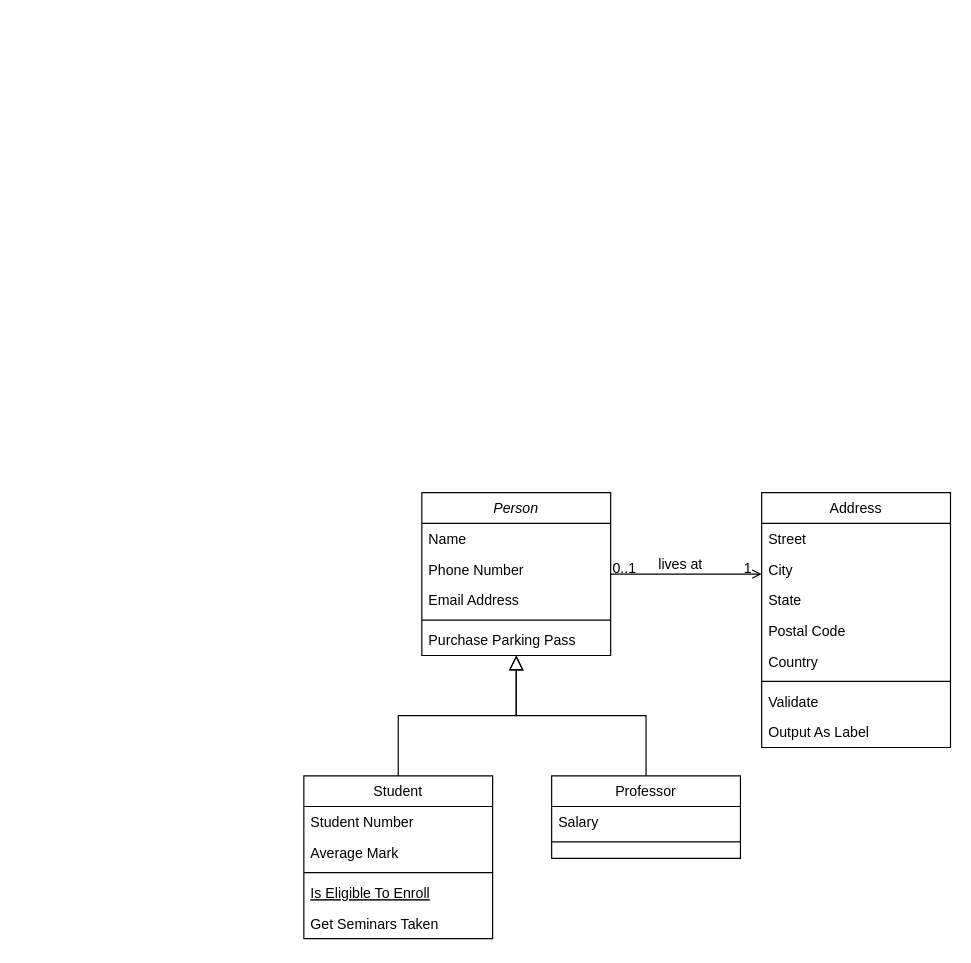
aktomer06/Draw.io keeps this draw.io diagram as DesignParkingLot.drawio. Above is the earlier version. Source tidied: cells renumbered, new cells numbered last; positions are measured from the earlier drawing's top-left corner, leaving out a move shared by most shapes. Both pictures are drawn from the tidied source at 118%, with x=0, y=0 at pixel (303, 492).
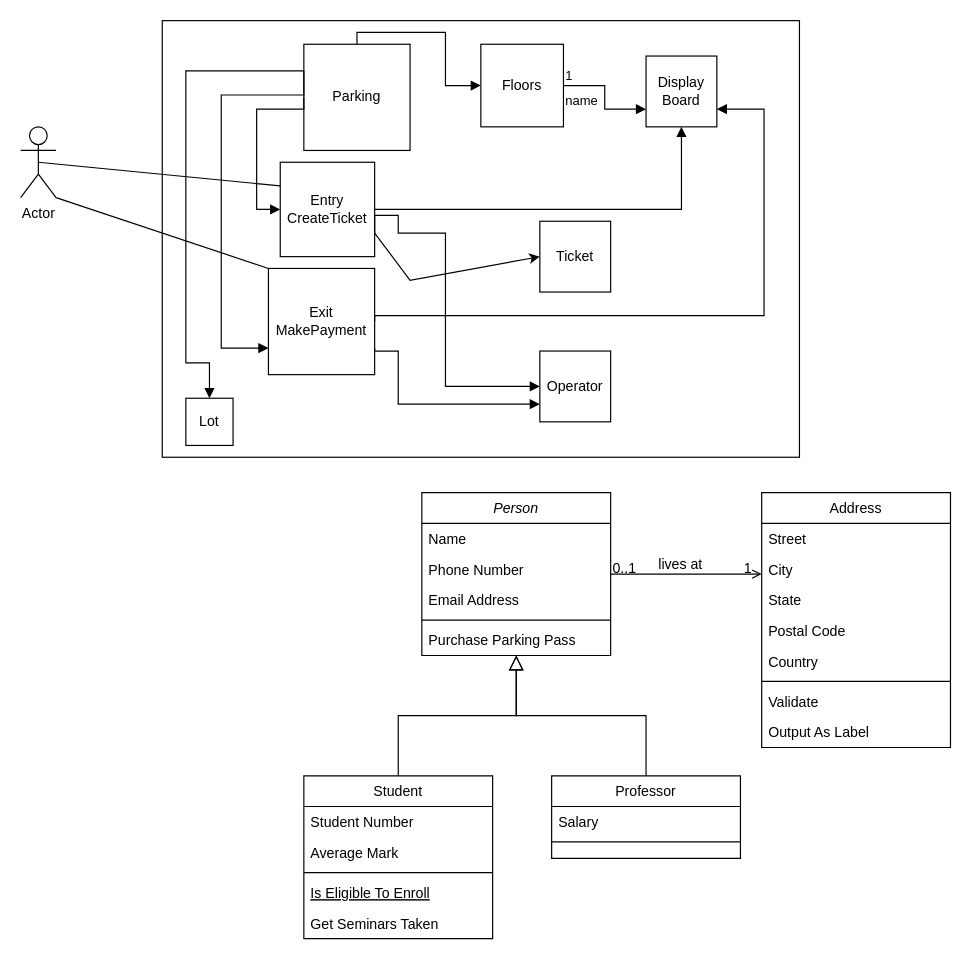
The same diagram, later.

Diff of the diagram source:
```diff
@@
+    <mxCell id="32" style="rounded=0;whiteSpace=wrap;html=1;" parent="1" vertex="1">
+      <mxGeometry x="-120" y="-400" width="540" height="370" as="geometry" />
+    </mxCell>
+    <mxCell id="33" value="Entry&lt;div&gt;CreateTicket&lt;/div&gt;" style="whiteSpace=wrap;html=1;" parent="1" vertex="1">
+      <mxGeometry x="-20" y="-280" width="80" height="80" as="geometry" />
+    </mxCell>
+    <mxCell id="34" value="Exit&lt;div&gt;MakePayment&lt;/div&gt;" style="whiteSpace=wrap;html=1;" parent="1" vertex="1">
+      <mxGeometry x="-30" y="-190" width="90" height="90" as="geometry" />
+    </mxCell>
+    <mxCell id="35" value="Floors" style="whiteSpace=wrap;html=1;" parent="1" vertex="1">
+      <mxGeometry x="150" y="-380" width="70" height="70" as="geometry" />
+    </mxCell>
+    <mxCell id="36" value="Operator" style="whiteSpace=wrap;html=1;" parent="1" vertex="1">
+      <mxGeometry x="200" y="-120" width="60" height="60" as="geometry" />
+    </mxCell>
+    <mxCell id="37" value="Display Board" style="whiteSpace=wrap;html=1;" parent="1" vertex="1">
+      <mxGeometry x="290" y="-370" width="60" height="60" as="geometry" />
+    </mxCell>
+    <mxCell id="38" value="Parking" style="whiteSpace=wrap;html=1;" parent="1" vertex="1">
+      <mxGeometry y="-380" width="90" height="90" as="geometry" />
+    </mxCell>
+    <mxCell id="39" style="endArrow=block;endFill=1;html=1;edgeStyle=orthogonalEdgeStyle;align=left;verticalAlign=top;rounded=0;exitX=0.5;exitY=0;exitDx=0;exitDy=0;entryX=0;entryY=0.5;entryDx=0;entryDy=0;" parent="1" edge="1" source="38" target="35">
+      <mxGeometry x="-1" relative="1" as="geometry" />
+    </mxCell>
+    <mxCell id="40" style="endArrow=block;endFill=1;html=1;edgeStyle=orthogonalEdgeStyle;align=left;verticalAlign=top;rounded=0;exitX=0;exitY=0.5;exitDx=0;exitDy=0;entryX=0;entryY=0.5;entryDx=0;entryDy=0;" parent="1" edge="1" source="38" target="33">
+      <mxGeometry x="-1" relative="1" as="geometry">
+        <Array as="points">
+          <mxPoint y="-325" />
+          <mxPoint x="-40" y="-325" />
+          <mxPoint x="-40" y="-240" />
+        </Array>
+      </mxGeometry>
+    </mxCell>
+    <mxCell id="41" style="endArrow=block;endFill=1;html=1;edgeStyle=orthogonalEdgeStyle;align=left;verticalAlign=top;rounded=0;exitX=0;exitY=0.25;exitDx=0;exitDy=0;entryX=0;entryY=0.75;entryDx=0;entryDy=0;" parent="1" edge="1" source="38" target="34">
+      <mxGeometry x="-1" relative="1" as="geometry">
+        <Array as="points">
+          <mxPoint y="-337" />
+          <mxPoint x="-70" y="-337" />
+          <mxPoint x="-70" y="-122" />
+        </Array>
+      </mxGeometry>
+    </mxCell>
+    <mxCell id="42" value="Lot" style="whiteSpace=wrap;html=1;" parent="1" vertex="1">
+      <mxGeometry x="-100" y="-80" width="40" height="40" as="geometry" />
+    </mxCell>
+    <mxCell id="43" style="endArrow=block;endFill=1;html=1;edgeStyle=orthogonalEdgeStyle;align=left;verticalAlign=top;rounded=0;exitX=0;exitY=0.25;exitDx=0;exitDy=0;entryX=0.5;entryY=0;entryDx=0;entryDy=0;" parent="1" edge="1" source="38" target="42">
+      <mxGeometry x="-1" relative="1" as="geometry">
+        <Array as="points">
+          <mxPoint x="-100" y="-357" />
+          <mxPoint x="-100" y="-110" />
+          <mxPoint x="-80" y="-110" />
+        </Array>
+      </mxGeometry>
+    </mxCell>
+    <mxCell id="44" value="name" style="endArrow=block;endFill=1;html=1;edgeStyle=orthogonalEdgeStyle;align=left;verticalAlign=top;rounded=0;exitX=1;exitY=0.5;exitDx=0;exitDy=0;entryX=0;entryY=0.75;entryDx=0;entryDy=0;" parent="1" edge="1" source="35" target="37">
+      <mxGeometry x="-1" relative="1" as="geometry" />
+    </mxCell>
+    <mxCell id="45" value="1" style="edgeLabel;html=1;align=left;verticalAlign=bottom;" parent="44" vertex="1">
+      <mxGeometry x="-1" relative="1" as="geometry" />
+    </mxCell>
+    <mxCell id="46" style="endArrow=block;endFill=1;html=1;edgeStyle=orthogonalEdgeStyle;align=left;verticalAlign=top;rounded=0;exitX=1;exitY=0.5;exitDx=0;exitDy=0;entryX=0.5;entryY=1;entryDx=0;entryDy=0;" parent="1" edge="1" source="33" target="37">
+      <mxGeometry x="-1" relative="1" as="geometry">
+        <Array as="points">
+          <mxPoint x="320" y="-240" />
+        </Array>
+      </mxGeometry>
+    </mxCell>
+    <mxCell id="47" style="endArrow=block;endFill=1;html=1;edgeStyle=orthogonalEdgeStyle;align=left;verticalAlign=top;rounded=0;exitX=1;exitY=0.5;exitDx=0;exitDy=0;entryX=1;entryY=0.75;entryDx=0;entryDy=0;" parent="1" edge="1" source="34" target="37">
+      <mxGeometry x="-1" relative="1" as="geometry">
+        <Array as="points">
+          <mxPoint x="60" y="-150" />
+          <mxPoint x="390" y="-150" />
+          <mxPoint x="390" y="-325" />
+        </Array>
+      </mxGeometry>
+    </mxCell>
+    <mxCell id="48" style="endArrow=block;endFill=1;html=1;edgeStyle=orthogonalEdgeStyle;align=left;verticalAlign=top;rounded=0;exitX=1;exitY=0.75;exitDx=0;exitDy=0;entryX=0;entryY=0.5;entryDx=0;entryDy=0;" parent="1" edge="1" source="33" target="36">
+      <mxGeometry x="-1" relative="1" as="geometry">
+        <Array as="points">
+          <mxPoint x="80" y="-235" />
+          <mxPoint x="80" y="-220" />
+          <mxPoint x="120" y="-220" />
+          <mxPoint x="120" y="-90" />
+        </Array>
+      </mxGeometry>
+    </mxCell>
+    <mxCell id="49" style="endArrow=block;endFill=1;html=1;edgeStyle=orthogonalEdgeStyle;align=left;verticalAlign=top;rounded=0;entryX=0;entryY=0.75;entryDx=0;entryDy=0;exitX=1;exitY=0.75;exitDx=0;exitDy=0;" parent="1" edge="1" source="34" target="36">
+      <mxGeometry x="-1" relative="1" as="geometry">
+        <Array as="points">
+          <mxPoint x="60" y="-120" />
+          <mxPoint x="80" y="-120" />
+          <mxPoint x="80" y="-75" />
+        </Array>
+      </mxGeometry>
+    </mxCell>
+    <mxCell id="50" value="Actor" style="shape=umlActor;verticalLabelPosition=bottom;verticalAlign=top;html=1;" parent="1" vertex="1">
+      <mxGeometry x="-240" y="-310" width="30" height="60" as="geometry" />
+    </mxCell>
+    <mxCell id="51" style="endArrow=none;html=1;rounded=0;exitX=0.5;exitY=0.5;exitDx=0;exitDy=0;exitPerimeter=0;entryX=0;entryY=0.25;entryDx=0;entryDy=0;" parent="1" edge="1" source="50" target="33">
+      <mxGeometry relative="1" as="geometry" />
+    </mxCell>
+    <mxCell id="52" style="endArrow=none;html=1;rounded=0;exitX=1;exitY=1;exitDx=0;exitDy=0;exitPerimeter=0;entryX=0;entryY=0;entryDx=0;entryDy=0;" parent="1" edge="1" source="50" target="34">
+      <mxGeometry relative="1" as="geometry" />
+    </mxCell>
+    <mxCell id="53" value="Ticket" style="whiteSpace=wrap;html=1;" parent="1" vertex="1">
+      <mxGeometry x="200" y="-230" width="60" height="60" as="geometry" />
+    </mxCell>
+    <mxCell id="54" style="endArrow=classic;html=1;rounded=0;exitX=1;exitY=0.75;exitDx=0;exitDy=0;entryX=0;entryY=0.5;entryDx=0;entryDy=0;" parent="1" edge="1" source="33" target="53">
+      <mxGeometry relative="1" as="geometry">
+        <Array as="points">
+          <mxPoint x="90" y="-180" />
+        </Array>
+      </mxGeometry>
+    </mxCell>
```
